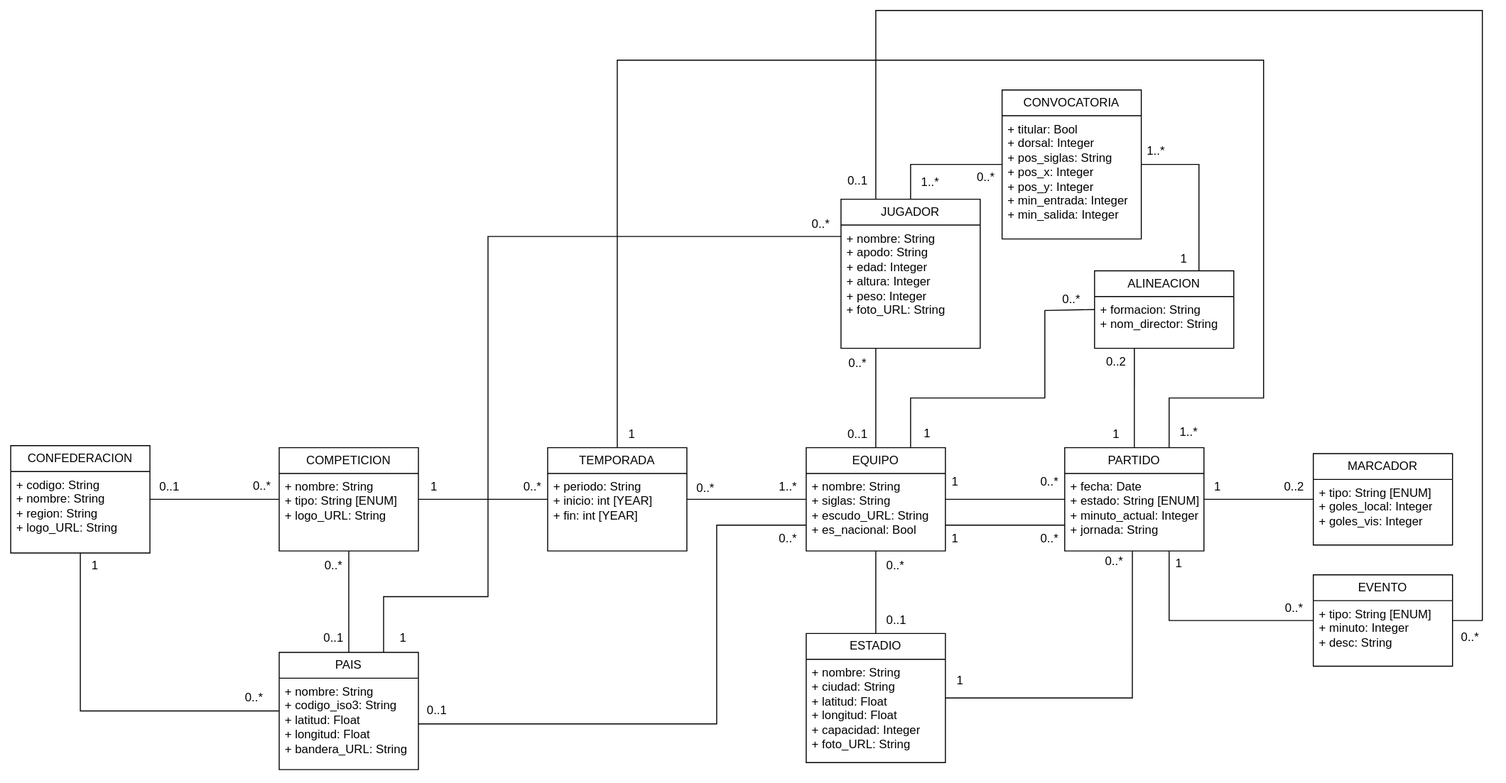
The draw.io diagram ModeloDominio.svg in FDB-52450/TPI_GeoFootball04, before a commit. Source tidied: cells renumbered, new cells last; positions are measured from the earlier drawing's top-left corner, leaving out a move shared by most shapes.
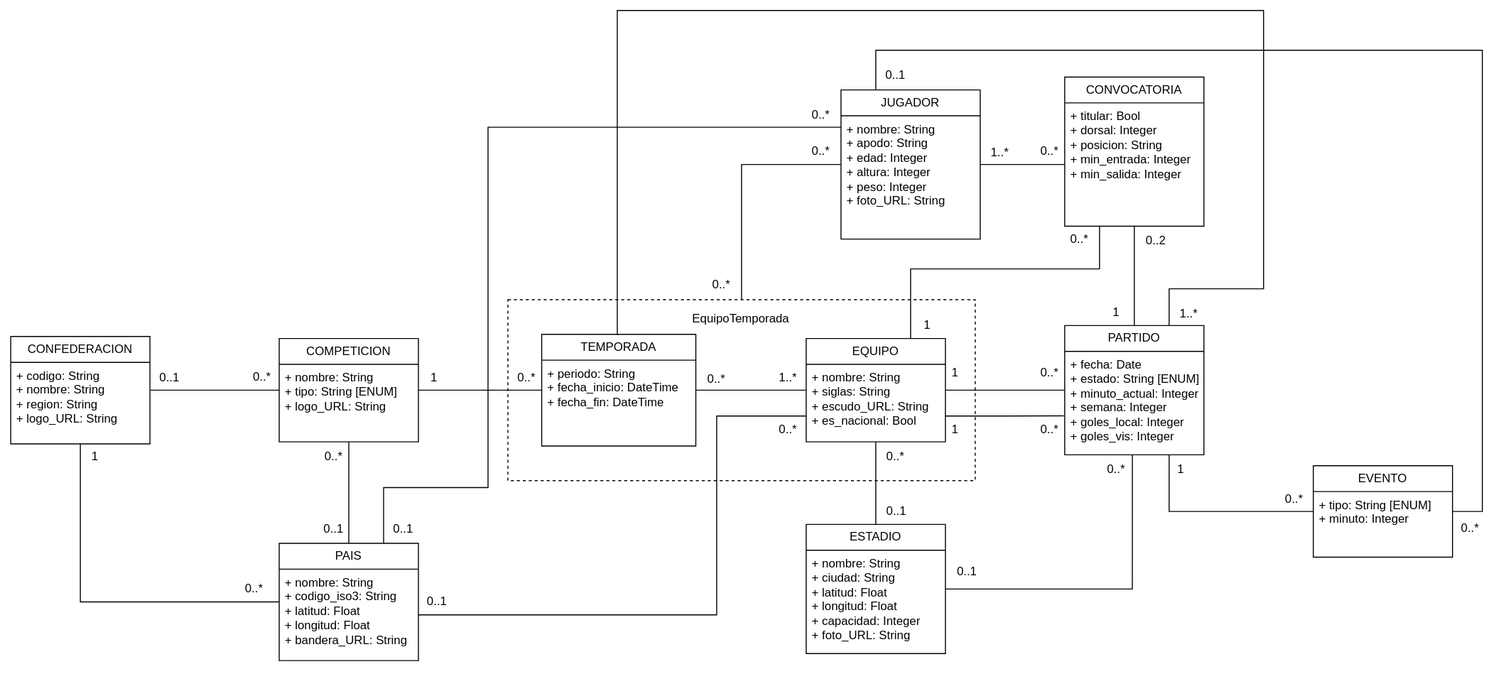
The same file after the commit.

Commit message:
feat + fix: actualizar modelo de dominio (posiblemente version final) - convertir relacion entre Temporada y Equipo en una entidad (EquipoTemporada) - arreglar propiedad etiqueta de entidad Temporada

The edit, as a diff of the source:
```diff
@@ -4,2 +4,5 @@
     <mxCell id="1" parent="0" />
+    <mxCell id="86" style="rounded=0;whiteSpace=wrap;html=1;fillColor=none;dashed=1;" parent="1" vertex="1">
+      <mxGeometry x="500" y="401" width="470" height="182" as="geometry" />
+    </mxCell>
     <mxCell id="2" style="edgeStyle=orthogonalEdgeStyle;rounded=0;jettySize=auto;html=1;exitX=0.5;exitY=0;exitDx=0;exitDy=0;entryX=0.75;entryY=0;entryDx=0;entryDy=0;endArrow=none;endFill=0;" parent="1" edge="1" source="23" target="12">
@@ -7,4 +10,4 @@
         <Array as="points">
-          <mxPoint x="610" y="50.1" />
-          <mxPoint x="1260" y="50.1" />
+          <mxPoint x="610" y="110" />
+          <mxPoint x="1260" y="110" />
           <mxPoint x="1260" y="390" />
@@ -35,5 +38,2 @@
     </mxCell>
-    <mxCell id="10" style="edgeStyle=orthogonalEdgeStyle;rounded=0;jettySize=auto;html=1;exitX=1;exitY=0.5;exitDx=0;exitDy=0;entryX=0;entryY=0.5;entryDx=0;entryDy=0;endArrow=none;endFill=0;" parent="1" edge="1" source="12" target="51">
-      <mxGeometry relative="1" as="geometry" />
-    </mxCell>
     <mxCell id="11" style="edgeStyle=orthogonalEdgeStyle;rounded=0;jettySize=auto;html=1;exitX=0.75;exitY=1;exitDx=0;exitDy=0;entryX=0;entryY=0.5;entryDx=0;entryDy=0;endArrow=none;endFill=0;" parent="1" edge="1" source="12" target="26">
@@ -42,6 +42,6 @@
     <mxCell id="12" value="PARTIDO" style="swimlane;fontStyle=0;horizontal=1;startSize=26;fillColor=none;whiteSpace=wrap;html=1;" parent="1" vertex="1">
-      <mxGeometry x="1060" y="440" width="140" height="104" as="geometry" />
+      <mxGeometry x="1060" y="427" width="140" height="130" as="geometry" />
     </mxCell>
-    <mxCell id="13" value="&lt;div&gt;+ fecha: Date&lt;/div&gt;+ estado: String [ENUM]&lt;div&gt;+ minuto_actual: Integer&lt;/div&gt;&lt;div&gt;+ jornada: String&lt;/div&gt;" style="text;strokeColor=none;fillColor=none;align=left;verticalAlign=top;spacingLeft=4;spacingRight=4;overflow=hidden;points=[[0,0.5],[1,0.5]];portConstraint=eastwest;whiteSpace=wrap;html=1;" parent="12" vertex="1">
-      <mxGeometry y="26" width="140" height="78" as="geometry" />
+    <mxCell id="13" value="&lt;div&gt;+ fecha: Date&lt;/div&gt;+ estado: String [ENUM]&lt;div&gt;+ minuto_actual: Integer&lt;/div&gt;&lt;div&gt;+ semana: Integer&lt;/div&gt;&lt;div&gt;+ goles_local: Integer&lt;/div&gt;&lt;div&gt;+ goles_vis: Integer&lt;/div&gt;" style="text;strokeColor=none;fillColor=none;align=left;verticalAlign=top;spacingLeft=4;spacingRight=4;overflow=hidden;points=[[0,0.5],[1,0.5]];portConstraint=eastwest;whiteSpace=wrap;html=1;" parent="12" vertex="1">
+      <mxGeometry y="26" width="140" height="104" as="geometry" />
     </mxCell>
@@ -50,3 +50,3 @@
     </mxCell>
-    <mxCell id="15" style="edgeStyle=orthogonalEdgeStyle;rounded=0;jettySize=auto;html=1;exitX=1;exitY=0.75;exitDx=0;exitDy=0;entryX=0;entryY=0.75;entryDx=0;entryDy=0;endArrow=none;endFill=0;" parent="1" edge="1" source="18" target="12">
+    <mxCell id="15" style="edgeStyle=orthogonalEdgeStyle;rounded=0;jettySize=auto;html=1;exitX=1;exitY=0.75;exitDx=0;exitDy=0;entryX=-0.006;entryY=0.623;entryDx=0;entryDy=0;endArrow=none;endFill=0;entryPerimeter=0;" parent="1" edge="1" source="18" target="13">
       <mxGeometry relative="1" as="geometry" />
@@ -80,6 +80,6 @@
     <mxCell id="23" value="TEMPORADA" style="swimlane;fontStyle=0;horizontal=1;startSize=26;fillColor=none;whiteSpace=wrap;html=1;" parent="1" vertex="1">
-      <mxGeometry x="540" y="440" width="140" height="104" as="geometry" />
+      <mxGeometry x="534" y="435.8" width="155" height="112.4" as="geometry" />
     </mxCell>
-    <mxCell id="24" value="+ periodo: String&lt;div&gt;+ inicio: int [YEAR]&lt;/div&gt;&lt;div&gt;+ fin: int [YEAR]&lt;/div&gt;" style="text;strokeColor=none;fillColor=none;align=left;verticalAlign=top;spacingLeft=4;spacingRight=4;overflow=hidden;whiteSpace=wrap;html=1;" parent="23" vertex="1">
-      <mxGeometry y="26" width="140" height="78" as="geometry" />
+    <mxCell id="24" value="+ periodo: String&lt;div&gt;+ fecha_inicio: DateTime&lt;/div&gt;&lt;div&gt;+ fecha_fin: DateTime&lt;/div&gt;" style="text;strokeColor=none;fillColor=none;align=left;verticalAlign=top;spacingLeft=4;spacingRight=4;overflow=hidden;whiteSpace=wrap;html=1;" parent="23" vertex="1">
+      <mxGeometry y="26" width="155" height="86.4" as="geometry" />
     </mxCell>
@@ -89,4 +89,4 @@
           <mxPoint x="1480" y="614" />
-          <mxPoint x="1480" />
-          <mxPoint x="870" />
+          <mxPoint x="1480" y="150" />
+          <mxPoint x="870" y="150" />
         </Array>
@@ -97,3 +97,3 @@
     </mxCell>
-    <mxCell id="27" value="&lt;div&gt;&lt;span style=&quot;background-color: transparent; color: light-dark(rgb(0, 0, 0), rgb(255, 255, 255));&quot;&gt;+ tipo: String [ENUM]&lt;/span&gt;&lt;/div&gt;&lt;div&gt;&lt;span style=&quot;background-color: transparent; color: light-dark(rgb(0, 0, 0), rgb(255, 255, 255));&quot;&gt;+ minuto: Integer&lt;/span&gt;&lt;/div&gt;&lt;div&gt;+ desc: String&lt;/div&gt;" style="text;strokeColor=none;fillColor=none;align=left;verticalAlign=top;spacingLeft=4;spacingRight=4;overflow=hidden;whiteSpace=wrap;html=1;" parent="26" vertex="1">
+    <mxCell id="27" value="&lt;div&gt;&lt;span style=&quot;background-color: transparent; color: light-dark(rgb(0, 0, 0), rgb(255, 255, 255));&quot;&gt;+ tipo: String [ENUM]&lt;/span&gt;&lt;/div&gt;&lt;div&gt;&lt;span style=&quot;background-color: transparent; color: light-dark(rgb(0, 0, 0), rgb(255, 255, 255));&quot;&gt;+ minuto: Integer&lt;/span&gt;&lt;/div&gt;" style="text;strokeColor=none;fillColor=none;align=left;verticalAlign=top;spacingLeft=4;spacingRight=4;overflow=hidden;whiteSpace=wrap;html=1;" parent="26" vertex="1">
       <mxGeometry y="26" width="140" height="66" as="geometry" />
@@ -109,5 +109,2 @@
     </mxCell>
-    <mxCell id="31" style="edgeStyle=orthogonalEdgeStyle;rounded=0;jettySize=auto;html=1;exitX=0.25;exitY=1;exitDx=0;exitDy=0;entryX=0.5;entryY=0;entryDx=0;entryDy=0;endArrow=none;endFill=0;" parent="1" edge="1" source="33" target="18">
-      <mxGeometry relative="1" as="geometry" />
-    </mxCell>
     <mxCell id="32" style="edgeStyle=orthogonalEdgeStyle;rounded=0;jettySize=auto;html=1;exitX=0;exitY=0.25;exitDx=0;exitDy=0;entryX=0.75;entryY=0;entryDx=0;entryDy=0;endArrow=none;endFill=0;" parent="1" edge="1" source="33" target="4">
@@ -121,2 +118,8 @@
     </mxCell>
+    <mxCell id="87" style="edgeStyle=orthogonalEdgeStyle;rounded=0;jettySize=auto;html=1;exitX=1;exitY=0.5;exitDx=0;exitDy=0;entryX=0;entryY=0.5;entryDx=0;entryDy=0;defaultLabelBackgroundColor=page;endArrow=none;endFill=0;" parent="1" edge="1" source="33" target="66">
+      <mxGeometry relative="1" as="geometry" />
+    </mxCell>
+    <mxCell id="88" style="edgeStyle=orthogonalEdgeStyle;rounded=0;jettySize=auto;html=1;exitX=0;exitY=0.5;exitDx=0;exitDy=0;entryX=0.5;entryY=0;entryDx=0;entryDy=0;defaultLabelBackgroundColor=page;endArrow=none;endFill=0;" parent="1" edge="1" source="33" target="86">
+      <mxGeometry x="0.01" relative="1" as="geometry" />
+    </mxCell>
     <mxCell id="33" value="JUGADOR" style="swimlane;fontStyle=0;horizontal=1;startSize=26;fillColor=none;whiteSpace=wrap;html=1;" parent="1" vertex="1">
@@ -142,7 +145,7 @@
     </mxCell>
-    <mxCell id="40" value="1" style="text;html=1;whiteSpace=wrap;strokeColor=none;fillColor=none;align=center;verticalAlign=middle;rounded=0;" parent="1" vertex="1">
-      <mxGeometry x="930" y="660" width="50" height="30" as="geometry" />
+    <mxCell id="40" value="0..1" style="text;html=1;whiteSpace=wrap;strokeColor=none;fillColor=none;align=center;verticalAlign=middle;rounded=0;" parent="1" vertex="1">
+      <mxGeometry x="937" y="660" width="50" height="30" as="geometry" />
     </mxCell>
     <mxCell id="41" value="0..*" style="text;html=1;whiteSpace=wrap;strokeColor=none;fillColor=none;align=center;verticalAlign=middle;rounded=0;" parent="1" vertex="1">
-      <mxGeometry x="1085" y="540" width="50" height="30" as="geometry" />
+      <mxGeometry x="1087" y="557" width="50" height="30" as="geometry" />
     </mxCell>
@@ -152,6 +155,6 @@
     <mxCell id="43" value="0..*" style="text;html=1;whiteSpace=wrap;strokeColor=none;fillColor=none;align=center;verticalAlign=middle;rounded=0;" parent="1" vertex="1">
-      <mxGeometry x="674" y="466" width="50" height="30" as="geometry" />
+      <mxGeometry x="685" y="466" width="50" height="30" as="geometry" />
     </mxCell>
     <mxCell id="44" value="0..*" style="text;html=1;whiteSpace=wrap;strokeColor=none;fillColor=none;align=center;verticalAlign=middle;rounded=0;" parent="1" vertex="1">
-      <mxGeometry x="500" y="465" width="50" height="30" as="geometry" />
+      <mxGeometry x="494" y="465" width="50" height="30" as="geometry" />
     </mxCell>
@@ -175,20 +178,5 @@
     </mxCell>
-    <mxCell id="51" value="MARCADOR" style="swimlane;fontStyle=0;horizontal=1;startSize=26;fillColor=none;whiteSpace=wrap;html=1;" parent="1" vertex="1">
-      <mxGeometry x="1310" y="446" width="140" height="92" as="geometry" />
-    </mxCell>
-    <mxCell id="52" value="&lt;div&gt;+ tipo: String [ENUM]&lt;/div&gt;+ goles_local: Integer&lt;div&gt;+ goles_vis: Integer&lt;/div&gt;" style="text;strokeColor=none;fillColor=none;align=left;verticalAlign=top;spacingLeft=4;spacingRight=4;overflow=hidden;whiteSpace=wrap;html=1;" parent="51" vertex="1">
-      <mxGeometry y="26" width="140" height="66" as="geometry" />
-    </mxCell>
-    <mxCell id="53" value="0..2" style="text;html=1;whiteSpace=wrap;strokeColor=none;fillColor=none;align=center;verticalAlign=middle;rounded=0;" parent="1" vertex="1">
-      <mxGeometry x="1266" y="465" width="50" height="30" as="geometry" />
-    </mxCell>
-    <mxCell id="54" value="1" style="text;html=1;whiteSpace=wrap;strokeColor=none;fillColor=none;align=center;verticalAlign=middle;rounded=0;" parent="1" vertex="1">
-      <mxGeometry x="1189" y="465" width="50" height="30" as="geometry" />
-    </mxCell>
     <mxCell id="55" value="1..*" style="text;html=1;whiteSpace=wrap;strokeColor=none;fillColor=none;align=center;verticalAlign=middle;rounded=0;" parent="1" vertex="1">
-      <mxGeometry x="1160" y="410" width="50" height="30" as="geometry" />
+      <mxGeometry x="1160" y="400" width="50" height="30" as="geometry" />
     </mxCell>
-    <mxCell id="56" value="1" style="text;html=1;whiteSpace=wrap;strokeColor=none;fillColor=none;align=center;verticalAlign=middle;rounded=0;" parent="1" vertex="1">
-      <mxGeometry x="600" y="412" width="50" height="30" as="geometry" />
-    </mxCell>
     <mxCell id="57" value="0..*" style="text;html=1;whiteSpace=wrap;strokeColor=none;fillColor=none;align=center;verticalAlign=middle;rounded=0;" parent="1" vertex="1">
@@ -202,31 +190,9 @@
     </mxCell>
-    <mxCell id="60" style="edgeStyle=orthogonalEdgeStyle;rounded=0;jettySize=auto;html=1;exitX=0.75;exitY=0;exitDx=0;exitDy=0;entryX=1;entryY=0.5;entryDx=0;entryDy=0;endArrow=none;endFill=0;" parent="1" edge="1" source="61" target="65">
-      <mxGeometry relative="1" as="geometry" />
-    </mxCell>
-    <mxCell id="61" value="ALINEACION" style="swimlane;fontStyle=0;horizontal=1;startSize=26;fillColor=none;whiteSpace=wrap;html=1;" parent="1" vertex="1">
-      <mxGeometry x="1090" y="262" width="140" height="78" as="geometry" />
-    </mxCell>
-    <mxCell id="62" value="+ formacion: String&lt;div&gt;+ nom_director: String&lt;br&gt;&lt;div&gt;&lt;br&gt;&lt;/div&gt;&lt;/div&gt;" style="text;strokeColor=none;fillColor=none;align=left;verticalAlign=top;spacingLeft=4;spacingRight=4;overflow=hidden;points=[[0,0.5],[1,0.5]];portConstraint=eastwest;whiteSpace=wrap;html=1;" parent="61" vertex="1">
-      <mxGeometry y="26" width="140" height="52" as="geometry" />
-    </mxCell>
-    <mxCell id="63" style="edgeStyle=orthogonalEdgeStyle;rounded=0;jettySize=auto;html=1;exitX=0;exitY=0.5;exitDx=0;exitDy=0;entryX=0.5;entryY=0;entryDx=0;entryDy=0;endArrow=none;endFill=0;" parent="1" edge="1" source="65" target="33">
-      <mxGeometry relative="1" as="geometry" />
-    </mxCell>
-    <mxCell id="64" style="edgeStyle=orthogonalEdgeStyle;rounded=0;jettySize=auto;html=1;exitX=0;exitY=0.5;exitDx=0;exitDy=0;entryX=0.75;entryY=0;entryDx=0;entryDy=0;endArrow=none;endFill=0;" parent="1" edge="1" source="61" target="18">
-      <mxGeometry relative="1" as="geometry">
-        <Array as="points">
-          <mxPoint x="1090" y="302" />
-          <mxPoint x="1040" y="302" />
-          <mxPoint x="1040" y="390" />
-          <mxPoint x="905" y="390" />
-        </Array>
-      </mxGeometry>
-    </mxCell>
     <mxCell id="65" value="CONVOCATORIA" style="swimlane;fontStyle=0;horizontal=1;startSize=26;fillColor=none;whiteSpace=wrap;html=1;" parent="1" vertex="1">
-      <mxGeometry x="997" y="80" width="140" height="150" as="geometry" />
+      <mxGeometry x="1060" y="177" width="140" height="150" as="geometry" />
     </mxCell>
-    <mxCell id="66" value="+ titular: Bool&lt;div&gt;+ dorsal: Integer&lt;/div&gt;&lt;div&gt;+ pos_siglas: String&lt;/div&gt;&lt;div&gt;+ pos_x: Integer&lt;/div&gt;&lt;div&gt;+ pos_y: Integer&lt;/div&gt;&lt;div&gt;+ min_entrada: Integer&lt;/div&gt;&lt;div&gt;+ min_salida: Integer&lt;/div&gt;&lt;div&gt;&lt;br&gt;&lt;div&gt;&lt;br&gt;&lt;/div&gt;&lt;/div&gt;" style="text;strokeColor=none;fillColor=none;align=left;verticalAlign=top;spacingLeft=4;spacingRight=4;overflow=hidden;points=[[0,0.5],[1,0.5]];portConstraint=eastwest;whiteSpace=wrap;html=1;" parent="65" vertex="1">
+    <mxCell id="66" value="+ titular: Bool&lt;div&gt;+ dorsal: Integer&lt;/div&gt;&lt;div&gt;+ posicion: String&lt;/div&gt;&lt;div&gt;+ min_entrada: Integer&lt;/div&gt;&lt;div&gt;+ min_salida: Integer&lt;/div&gt;&lt;div&gt;&lt;br&gt;&lt;div&gt;&lt;br&gt;&lt;/div&gt;&lt;/div&gt;" style="text;strokeColor=none;fillColor=none;align=left;verticalAlign=top;spacingLeft=4;spacingRight=4;overflow=hidden;points=[[0,0.5],[1,0.5]];portConstraint=eastwest;whiteSpace=wrap;html=1;" parent="65" vertex="1">
       <mxGeometry y="26" width="140" height="124" as="geometry" />
     </mxCell>
-    <mxCell id="67" value="1" style="text;html=1;whiteSpace=wrap;strokeColor=none;fillColor=none;align=center;verticalAlign=middle;rounded=0;" parent="1" vertex="1">
+    <mxCell id="67" value="0..1" style="text;html=1;whiteSpace=wrap;strokeColor=none;fillColor=none;align=center;verticalAlign=middle;rounded=0;" parent="1" vertex="1">
       <mxGeometry x="370" y="617" width="50" height="30" as="geometry" />
@@ -236,22 +202,10 @@
     </mxCell>
-    <mxCell id="69" value="0..1" style="text;html=1;whiteSpace=wrap;strokeColor=none;fillColor=none;align=center;verticalAlign=middle;rounded=0;" parent="1" vertex="1">
-      <mxGeometry x="827" y="412" width="50" height="30" as="geometry" />
-    </mxCell>
-    <mxCell id="70" value="0..*" style="text;html=1;whiteSpace=wrap;strokeColor=none;fillColor=none;align=center;verticalAlign=middle;rounded=0;" parent="1" vertex="1">
-      <mxGeometry x="827" y="340" width="50" height="30" as="geometry" />
-    </mxCell>
     <mxCell id="71" value="0..*" style="text;html=1;whiteSpace=wrap;strokeColor=none;fillColor=none;align=center;verticalAlign=middle;rounded=0;" parent="1" vertex="1">
-      <mxGeometry x="956" y="153" width="50" height="30" as="geometry" />
+      <mxGeometry x="1020" y="237" width="50" height="30" as="geometry" />
     </mxCell>
     <mxCell id="72" value="1..*" style="text;html=1;whiteSpace=wrap;strokeColor=none;fillColor=none;align=center;verticalAlign=middle;rounded=0;" parent="1" vertex="1">
-      <mxGeometry x="900" y="158" width="50" height="30" as="geometry" />
+      <mxGeometry x="970" y="238" width="50" height="30" as="geometry" />
     </mxCell>
-    <mxCell id="73" value="1..*" style="text;html=1;whiteSpace=wrap;strokeColor=none;fillColor=none;align=center;verticalAlign=middle;rounded=0;" parent="1" vertex="1">
-      <mxGeometry x="1127" y="127" width="50" height="30" as="geometry" />
-    </mxCell>
-    <mxCell id="74" value="1" style="text;html=1;whiteSpace=wrap;strokeColor=none;fillColor=none;align=center;verticalAlign=middle;rounded=0;" parent="1" vertex="1">
-      <mxGeometry x="1155" y="235" width="50" height="30" as="geometry" />
-    </mxCell>
     <mxCell id="75" value="1" style="text;html=1;whiteSpace=wrap;strokeColor=none;fillColor=none;align=center;verticalAlign=middle;rounded=0;" parent="1" vertex="1">
-      <mxGeometry x="897" y="411" width="50" height="30" as="geometry" />
+      <mxGeometry x="897" y="412" width="50" height="30" as="geometry" />
     </mxCell>
@@ -261,8 +215,8 @@
     <mxCell id="77" value="1" style="text;html=1;whiteSpace=wrap;strokeColor=none;fillColor=none;align=center;verticalAlign=middle;rounded=0;" parent="1" vertex="1">
-      <mxGeometry x="1150" y="542" width="50" height="30" as="geometry" />
+      <mxGeometry x="1152" y="557" width="50" height="30" as="geometry" />
     </mxCell>
     <mxCell id="78" value="0..2" style="text;html=1;whiteSpace=wrap;strokeColor=none;fillColor=none;align=center;verticalAlign=middle;rounded=0;" parent="1" vertex="1">
-      <mxGeometry x="1087" y="339" width="50" height="30" as="geometry" />
+      <mxGeometry x="1127" y="327" width="50" height="30" as="geometry" />
     </mxCell>
-    <mxCell id="79" style="edgeStyle=orthogonalEdgeStyle;rounded=0;jettySize=auto;html=1;exitX=0.5;exitY=0;exitDx=0;exitDy=0;entryX=0.286;entryY=1;entryDx=0;entryDy=0;entryPerimeter=0;endArrow=none;endFill=0;" parent="1" edge="1" source="12" target="62">
+    <mxCell id="79" style="edgeStyle=orthogonalEdgeStyle;rounded=0;jettySize=auto;html=1;exitX=0.5;exitY=0;exitDx=0;exitDy=0;entryX=0.5;entryY=1;entryDx=0;entryDy=0;endArrow=none;endFill=0;" parent="1" edge="1" source="12" target="65">
       <mxGeometry relative="1" as="geometry" />
@@ -270,9 +224,9 @@
     <mxCell id="80" value="0..*" style="text;html=1;whiteSpace=wrap;strokeColor=none;fillColor=none;align=center;verticalAlign=middle;rounded=0;" parent="1" vertex="1">
-      <mxGeometry x="1042" y="276" width="50" height="30" as="geometry" />
+      <mxGeometry x="1050" y="325" width="50" height="30" as="geometry" />
     </mxCell>
     <mxCell id="81" value="1" style="text;html=1;whiteSpace=wrap;strokeColor=none;fillColor=none;align=center;verticalAlign=middle;rounded=0;" parent="1" vertex="1">
-      <mxGeometry x="1087" y="412" width="50" height="30" as="geometry" />
+      <mxGeometry x="1087" y="399" width="50" height="30" as="geometry" />
     </mxCell>
     <mxCell id="82" value="0..1" style="text;html=1;whiteSpace=wrap;strokeColor=none;fillColor=none;align=center;verticalAlign=middle;rounded=0;" parent="1" vertex="1">
-      <mxGeometry x="827" y="157" width="50" height="30" as="geometry" />
+      <mxGeometry x="865" y="160" width="50" height="30" as="geometry" />
     </mxCell>
@@ -287,2 +241,19 @@
     </mxCell>
+    <mxCell id="89" style="edgeStyle=orthogonalEdgeStyle;rounded=0;jettySize=auto;html=1;exitX=0.75;exitY=0;exitDx=0;exitDy=0;entryX=0.25;entryY=1;entryDx=0;entryDy=0;defaultLabelBackgroundColor=page;endArrow=none;endFill=0;" parent="1" edge="1" source="18" target="65">
+      <mxGeometry x="-0.02" relative="1" as="geometry">
+        <Array as="points">
+          <mxPoint x="905" y="370" />
+          <mxPoint x="1095" y="370" />
+        </Array>
+      </mxGeometry>
+    </mxCell>
+    <mxCell id="90" value="0..*" style="text;html=1;whiteSpace=wrap;strokeColor=none;fillColor=none;align=center;verticalAlign=middle;rounded=0;" parent="1" vertex="1">
+      <mxGeometry x="790" y="237" width="50" height="30" as="geometry" />
+    </mxCell>
+    <mxCell id="91" value="0..*" style="text;html=1;whiteSpace=wrap;strokeColor=none;fillColor=none;align=center;verticalAlign=middle;rounded=0;" parent="1" vertex="1">
+      <mxGeometry x="690" y="371" width="50" height="30" as="geometry" />
+    </mxCell>
+    <mxCell id="92" value="EquipoTemporada" style="text;html=1;whiteSpace=wrap;strokeColor=none;fillColor=none;align=center;verticalAlign=middle;rounded=0;" parent="1" vertex="1">
+      <mxGeometry x="657.5" y="405" width="155" height="30" as="geometry" />
+    </mxCell>
   </root>
```
